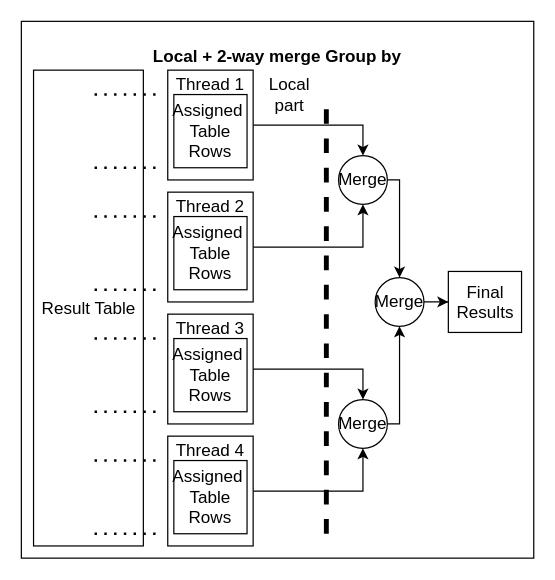
goramartin/BcThesisText keeps this draw.io diagram as page "LocalGr" (7 of 7) of diagrams/QueryObjects.drawio. Above is the earlier version. Source tidied: cells renumbered, new cells numbered last; positions are measured from the earlier drawing's top-left corner, leaving out a move shared by most shapes. Both pictures are drawn from the tidied source at 122%, with x=0, y=0 at pixel (21, 21).
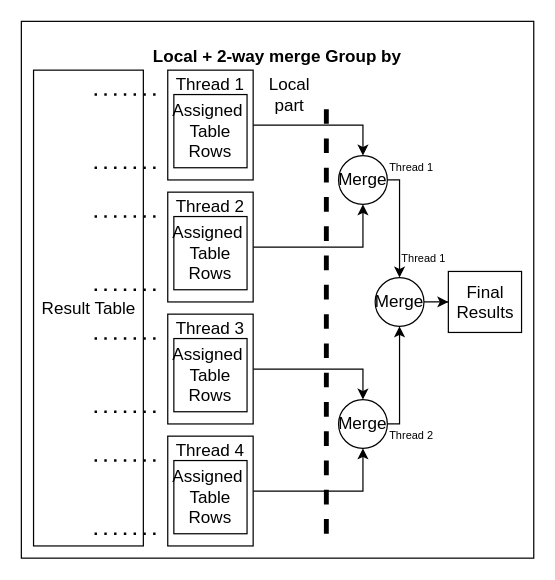
After the change.

Change to the diagram source:
```diff
@@
+    <mxCell id="33" value="Thread 1" style="text;html=1;strokeColor=none;fillColor=none;align=center;verticalAlign=middle;whiteSpace=wrap;rounded=0;fontSize=9;fontFamily=CMU Serif;" parent="1" vertex="1">
+      <mxGeometry x="290" y="110" width="60" height="20" as="geometry" />
+    </mxCell>
+    <mxCell id="34" value="Thread 2" style="text;html=1;strokeColor=none;fillColor=none;align=center;verticalAlign=middle;whiteSpace=wrap;rounded=0;fontSize=9;fontFamily=CMU Serif;" parent="1" vertex="1">
+      <mxGeometry x="290" y="330" width="60" height="20" as="geometry" />
+    </mxCell>
+    <mxCell id="35" value="Thread 1" style="text;html=1;strokeColor=none;fillColor=none;align=center;verticalAlign=middle;whiteSpace=wrap;rounded=0;fontSize=9;fontFamily=CMU Serif;" parent="1" vertex="1">
+      <mxGeometry x="300" y="185" width="60" height="20" as="geometry" />
+    </mxCell>
```
